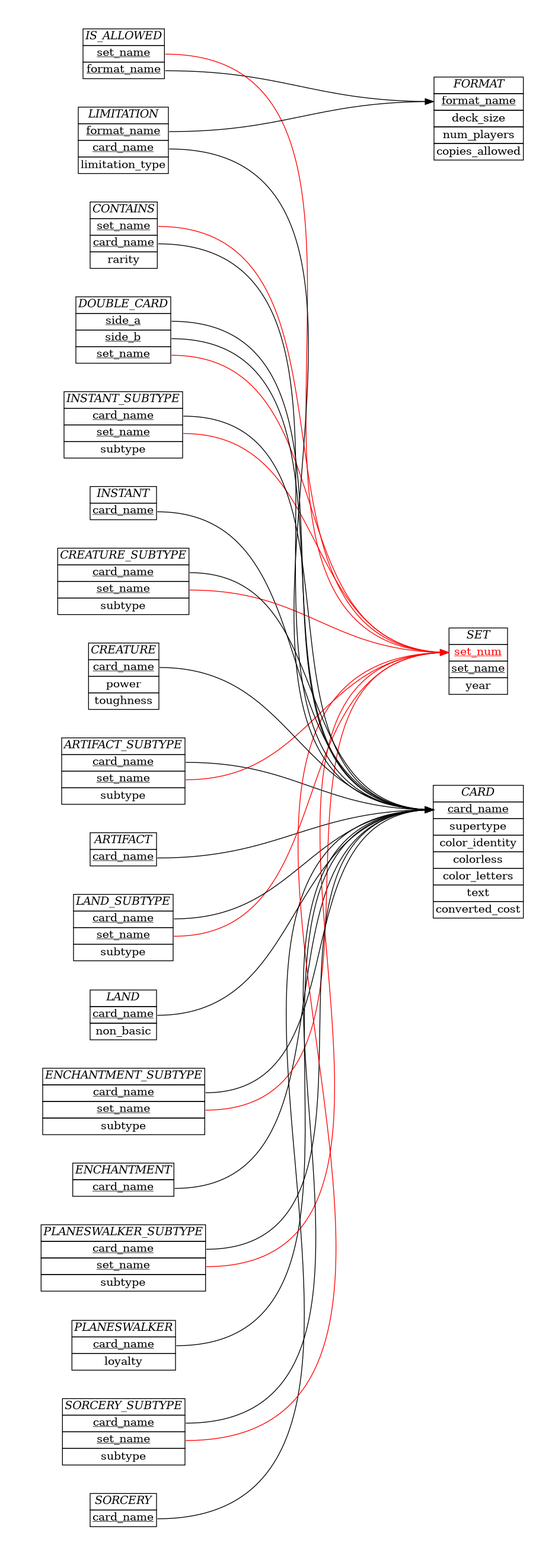
Before: schema/ER_diagram.png, a diagram exported from Graphviz (akilmarshall/trumark). Its source is kept beside it as schema/ER_diagram.dot. The source it was exported from:
```dot
digraph {
    graph [splines=True, pad="0.5", nodesep="0.5", ranksep="4"];
    node [shape=plain];
    rankdir=LR;

    Format [label=<
        <table border="0" cellborder="1" cellspacing="0">
        <tr><td><i>FORMAT</i></td></tr>
        <tr><td port="1"><u>format_name</u></td></tr>
        <tr><td port="2">deck_size</td></tr>
        <tr><td port="3">num_players</td></tr>
        <tr><td port="4">copies_allowed</td></tr>
        </table>>];
    Set [label=<
        <table border="0" cellborder="1" cellspacing="0">
        <tr><td><i>SET</i></td></tr>
        <tr><td port="1"><u><font color="red">set_num</font></u></td></tr>
        <tr><td port="1"><u><font color="black">set_name</font></u></td></tr>
        <tr><td port="2">year</td></tr>
        </table>>];
    Card [label=<
        <table border="0" cellborder="1" cellspacing="0">
        <tr><td><i>CARD</i></td></tr>
        <tr><td port="1"><u><font color="black">card_name</font></u></td></tr>
        <tr><td port="3">supertype</td></tr>
        <tr><td port="4">color_identity</td></tr>
        <tr><td port="5">colorless</td></tr>
        <tr><td port="6">color_letters</td></tr>
        <tr><td port="7">text</td></tr>
        <tr><td port="8">converted_cost</td></tr>

        </table>>];
        subgraph cluster_artifact {
            rank=same;
            style=invis;
            Artifact [label=<
                <table border="0" cellborder="1" cellspacing="0">
                <tr><td><i>ARTIFACT</i></td></tr>
                <tr><td port="1"><u>card_name</u></td></tr>
                </table>>];
            Artifact_subtype [label=<
                <table border="0" cellborder="1" cellspacing="0">
                <tr><td><i>ARTIFACT_SUBTYPE</i></td></tr>
                <tr><td port="1"><u>card_name</u></td></tr>
                <tr><td port="2"><u>set_name</u></td></tr>
                <tr><td port="2">subtype</td></tr>
                </table>>];
        }
        subgraph cluster_land {
            rank=same;
            style=invis;
            Land [label=<
                <table border="0" cellborder="1" cellspacing="0">
                <tr><td><i>LAND</i></td></tr>
                <tr><td port="1"><u>card_name</u></td></tr>
                <tr><td port="2">non_basic</td></tr>
                </table>>];
            Land_subtype [label=<
                <table border="0" cellborder="1" cellspacing="0">
                <tr><td><i>LAND_SUBTYPE</i></td></tr>
                <tr><td port="1"><u>card_name</u></td></tr>
                <tr><td port="2"><u>set_name</u></td></tr>
                <tr><td port="2">subtype</td></tr>
                </table>>];
            }
        subgraph cluster_enchantment {
            rank=same;
            style=invis;
            Enchantment [label=<
                <table border="0" cellborder="1" cellspacing="0">
                <tr><td><i>ENCHANTMENT</i></td></tr>
                <tr><td port="1"><u>card_name</u></td></tr>
                </table>>];
            Enchantment_subtype [label=<
                <table border="0" cellborder="1" cellspacing="0">
                <tr><td><i>ENCHANTMENT_SUBTYPE</i></td></tr>
                <tr><td port="1"><u>card_name</u></td></tr>
                <tr><td port="2"><u>set_name</u></td></tr>
                <tr><td port="2">subtype</td></tr>
                </table>>];
            }
        subgraph cluster_planeswalker {
            rank=same;
            style=invis;
            Planeswalker [label=<
                <table border="0" cellborder="1" cellspacing="0">
                <tr><td><i>PLANESWALKER</i></td></tr>
                <tr><td port="1"><u>card_name</u></td></tr>
                <tr><td port="3">loyalty</td></tr>
                </table>>];
            Planeswalker_subtype [label=<
                <table border="0" cellborder="1" cellspacing="0">
                <tr><td><i>PLANESWALKER_SUBTYPE</i></td></tr>
                <tr><td port="1"><u>card_name</u></td></tr>
                <tr><td port="2"><u>set_name</u></td></tr>
                <tr><td port="2">subtype</td></tr>
                </table>>];
            }
        subgraph cluster_sorcery {
            rank=same;
            style=invis;
            Sorcery [label=<
                <table border="0" cellborder="1" cellspacing="0">
                <tr><td><i>SORCERY</i></td></tr>
                <tr><td port="1"><u>card_name</u></td></tr>
                </table>>];
            Sorcery_subtype [label=<
                <table border="0" cellborder="1" cellspacing="0">
                <tr><td><i>SORCERY_SUBTYPE</i></td></tr>
                <tr><td port="1"><u>card_name</u></td></tr>
                <tr><td port="2"><u>set_name</u></td></tr>
                <tr><td port="2">subtype</td></tr>
                </table>>];
            }
        subgraph cluster_instant {
            rank=same;
            style=invis;
            Instant [label=<
                <table border="0" cellborder="1" cellspacing="0">
                <tr><td><i>INSTANT</i></td></tr>
                <tr><td port="1"><u>card_name</u></td></tr>
                </table>>];
            Instant_subtype [label=<
                <table border="0" cellborder="1" cellspacing="0">
                <tr><td><i>INSTANT_SUBTYPE</i></td></tr>
                <tr><td port="1"><u>card_name</u></td></tr>
                <tr><td port="2"><u>set_name</u></td></tr>
                <tr><td port="2">subtype</td></tr>
                </table>>];
            }
        subgraph cluster_creature {
            rank=same;
            style=invis;
            Creature [label=<
                <table border="0" cellborder="1" cellspacing="0">
                <tr><td><i>CREATURE</i></td></tr>
                <tr><td port="1"><u>card_name</u></td></tr>
                <tr><td port="3">power</td></tr>
                <tr><td port="4">toughness</td></tr>
                </table>>];
            Creature_subtype [label=<
                <table border="0" cellborder="1" cellspacing="0">
                <tr><td><i>CREATURE_SUBTYPE</i></td></tr>
                <tr><td port="1"><u>card_name</u></td></tr>
                <tr><td port="2"><u>set_name</u></td></tr>
                <tr><td port="2">subtype</td></tr>
                </table>>];
            }

    Contains [label=<
        <table border="0" cellborder="1" cellspacing="0">
        <tr><td><i>CONTAINS</i></td></tr>
        <tr><td port="1"><u>set_name</u></td></tr>
        <tr><td port="2"><u>card_name</u></td></tr>
        <tr><td port="3">rarity</td></tr>
        </table>>];
    Is_allowed [label=<
        <table border="0" cellborder="1" cellspacing="0">
        <tr><td><i>IS_ALLOWED</i></td></tr>
        <tr><td port="1"><u>set_name</u></td></tr>
        <tr><td port="2"><u>format_name</u></td></tr>
        </table>>];
    Double_card [label=<
        <table border="0" cellborder="1" cellspacing="0">
        <tr><td><i>DOUBLE_CARD</i></td></tr>
        <tr><td port="1"><u>side_a</u></td></tr>
        <tr><td port="2"><u>side_b</u></td></tr>
        <tr><td port="3"><u>set_name</u></td></tr>
        </table>>];
    Limitation [label=< <table border="0" cellborder="1" cellspacing="0">
    <tr><td><i>LIMITATION</i></td></tr>
    <tr><td port="1"><u>format_name</u></td></tr>
    <tr><td port="2"><u>card_name</u></td></tr>
    <tr><td port="3">limitation_type</td></tr>
    </table>>];

    Contains:1 -> Set:1 [color=red];
    Contains:2 -> Card:1;

    Is_allowed:1 -> Set:1 [color=red];
    Is_allowed:2 -> Format:1;

    Limitation:1 -> Format:1;
    Limitation:2 -> Card:1;

    Double_card:1 -> Card:1;
    Double_card:2 -> Card:1;

    Artifact:1 -> Card:1;
    Artifact_subtype:1 -> Card:1;
    Artifact_subtype:2 -> Set:1 [color=red];

    Creature:1 -> Card:1;
    Creature_subtype:1 -> Card:1
    Creature_subtype:2 -> Set:1 [color=red];

    Land:1 -> Card:1;
    Land_subtype:1 -> Card:1;
    Land_subtype:2 -> Set:1 [color=red];

    Enchantment:1 -> Card:1;
    Enchantment_subtype:1 -> Card:1;
    Enchantment_subtype:2 -> Set:1 [color=red];

    Planeswalker:1 -> Card:1;
    Planeswalker_subtype:1 -> Card:1;
    Planeswalker_subtype:2 -> Set:1 [color=red];

    Sorcery:1 -> Card:1;
    Sorcery_subtype:1 -> Card:1;
    Sorcery_subtype:2 -> Set:1 [color=red];

    Instant:1 -> Card:1;
    Instant_subtype:1 -> Card:1;
    Instant_subtype:2 -> Set:1 [color=red];

    Double_card:3 -> Set:1 [color=red];
}
```
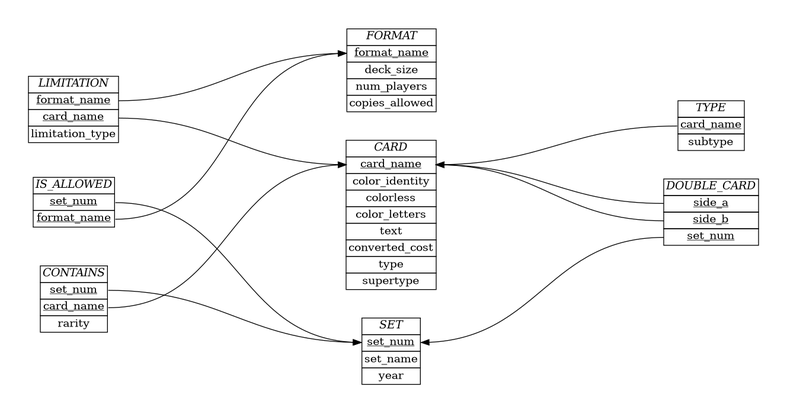
The same file after the commit.

Commit message:
updated the schema diagram

The edit, as a diff of the source:
```diff
@@ -11,162 +11,62 @@
         <tr><td port="3">num_players</td></tr>
         <tr><td port="4">copies_allowed</td></tr>
         </table>>];
+
     Set [label=<
         <table border="0" cellborder="1" cellspacing="0">
         <tr><td><i>SET</i></td></tr>
-        <tr><td port="1"><u><font color="red">set_num</font></u></td></tr>
-        <tr><td port="1"><u><font color="black">set_name</font></u></td></tr>
+        <tr><td port="1"><u><font color="black">set_num</font></u></td></tr>
+        <tr><td port="1"><font color="black">set_name</font></td></tr>
         <tr><td port="2">year</td></tr>
         </table>>];
+
     Card [label=<
         <table border="0" cellborder="1" cellspacing="0">
         <tr><td><i>CARD</i></td></tr>
         <tr><td port="1"><u><font color="black">card_name</font></u></td></tr>
-        <tr><td port="3">supertype</td></tr>
-        <tr><td port="4">color_identity</td></tr>
-        <tr><td port="5">colorless</td></tr>
-        <tr><td port="6">color_letters</td></tr>
-        <tr><td port="7">text</td></tr>
-        <tr><td port="8">converted_cost</td></tr>
+        <tr><td port="6">color_identity</td></tr>
+        <tr><td port="7">colorless</td></tr>
+        <tr><td port="8">color_letters</td></tr>
+        <tr><td port="9">text</td></tr>
+        <tr><td port="10">converted_cost</td></tr>
+        </table>>];
 
+    Card [label=<
+        <table border="0" cellborder="1" cellspacing="0">
+        <tr><td><i>CARD</i></td></tr>
+        <tr><td port="1"><u><font color="black">card_name</font></u></td></tr>
+        <tr><td port="2">color_identity</td></tr>
+        <tr><td port="3">colorless</td></tr>
+        <tr><td port="4">color_letters</td></tr>
+        <tr><td port="5">text</td></tr>
+        <tr><td port="6">converted_cost</td></tr>
+        <tr><td port="7">type</td></tr>
+        <tr><td port="8">supertype</td></tr>
         </table>>];
-        subgraph cluster_artifact {
-            rank=same;
-            style=invis;
-            Artifact [label=<
-                <table border="0" cellborder="1" cellspacing="0">
-                <tr><td><i>ARTIFACT</i></td></tr>
-                <tr><td port="1"><u>card_name</u></td></tr>
-                </table>>];
-            Artifact_subtype [label=<
-                <table border="0" cellborder="1" cellspacing="0">
-                <tr><td><i>ARTIFACT_SUBTYPE</i></td></tr>
-                <tr><td port="1"><u>card_name</u></td></tr>
-                <tr><td port="2"><u>set_name</u></td></tr>
-                <tr><td port="2">subtype</td></tr>
-                </table>>];
-        }
-        subgraph cluster_land {
-            rank=same;
-            style=invis;
-            Land [label=<
-                <table border="0" cellborder="1" cellspacing="0">
-                <tr><td><i>LAND</i></td></tr>
-                <tr><td port="1"><u>card_name</u></td></tr>
-                <tr><td port="2">non_basic</td></tr>
-                </table>>];
-            Land_subtype [label=<
-                <table border="0" cellborder="1" cellspacing="0">
-                <tr><td><i>LAND_SUBTYPE</i></td></tr>
-                <tr><td port="1"><u>card_name</u></td></tr>
-                <tr><td port="2"><u>set_name</u></td></tr>
-                <tr><td port="2">subtype</td></tr>
-                </table>>];
-            }
-        subgraph cluster_enchantment {
-            rank=same;
-            style=invis;
-            Enchantment [label=<
-                <table border="0" cellborder="1" cellspacing="0">
-                <tr><td><i>ENCHANTMENT</i></td></tr>
-                <tr><td port="1"><u>card_name</u></td></tr>
-                </table>>];
-            Enchantment_subtype [label=<
-                <table border="0" cellborder="1" cellspacing="0">
-                <tr><td><i>ENCHANTMENT_SUBTYPE</i></td></tr>
-                <tr><td port="1"><u>card_name</u></td></tr>
-                <tr><td port="2"><u>set_name</u></td></tr>
-                <tr><td port="2">subtype</td></tr>
-                </table>>];
-            }
-        subgraph cluster_planeswalker {
-            rank=same;
-            style=invis;
-            Planeswalker [label=<
-                <table border="0" cellborder="1" cellspacing="0">
-                <tr><td><i>PLANESWALKER</i></td></tr>
-                <tr><td port="1"><u>card_name</u></td></tr>
-                <tr><td port="3">loyalty</td></tr>
-                </table>>];
-            Planeswalker_subtype [label=<
-                <table border="0" cellborder="1" cellspacing="0">
-                <tr><td><i>PLANESWALKER_SUBTYPE</i></td></tr>
-                <tr><td port="1"><u>card_name</u></td></tr>
-                <tr><td port="2"><u>set_name</u></td></tr>
-                <tr><td port="2">subtype</td></tr>
-                </table>>];
-            }
-        subgraph cluster_sorcery {
-            rank=same;
-            style=invis;
-            Sorcery [label=<
-                <table border="0" cellborder="1" cellspacing="0">
-                <tr><td><i>SORCERY</i></td></tr>
-                <tr><td port="1"><u>card_name</u></td></tr>
-                </table>>];
-            Sorcery_subtype [label=<
-                <table border="0" cellborder="1" cellspacing="0">
-                <tr><td><i>SORCERY_SUBTYPE</i></td></tr>
-                <tr><td port="1"><u>card_name</u></td></tr>
-                <tr><td port="2"><u>set_name</u></td></tr>
-                <tr><td port="2">subtype</td></tr>
-                </table>>];
-            }
-        subgraph cluster_instant {
-            rank=same;
-            style=invis;
-            Instant [label=<
-                <table border="0" cellborder="1" cellspacing="0">
-                <tr><td><i>INSTANT</i></td></tr>
-                <tr><td port="1"><u>card_name</u></td></tr>
-                </table>>];
-            Instant_subtype [label=<
-                <table border="0" cellborder="1" cellspacing="0">
-                <tr><td><i>INSTANT_SUBTYPE</i></td></tr>
-                <tr><td port="1"><u>card_name</u></td></tr>
-                <tr><td port="2"><u>set_name</u></td></tr>
-                <tr><td port="2">subtype</td></tr>
-                </table>>];
-            }
-        subgraph cluster_creature {
-            rank=same;
-            style=invis;
-            Creature [label=<
-                <table border="0" cellborder="1" cellspacing="0">
-                <tr><td><i>CREATURE</i></td></tr>
-                <tr><td port="1"><u>card_name</u></td></tr>
-                <tr><td port="3">power</td></tr>
-                <tr><td port="4">toughness</td></tr>
-                </table>>];
-            Creature_subtype [label=<
-                <table border="0" cellborder="1" cellspacing="0">
-                <tr><td><i>CREATURE_SUBTYPE</i></td></tr>
-                <tr><td port="1"><u>card_name</u></td></tr>
-                <tr><td port="2"><u>set_name</u></td></tr>
-                <tr><td port="2">subtype</td></tr>
-                </table>>];
-            }
 
     Contains [label=<
         <table border="0" cellborder="1" cellspacing="0">
         <tr><td><i>CONTAINS</i></td></tr>
-        <tr><td port="1"><u>set_name</u></td></tr>
+        <tr><td port="1"><u>set_num</u></td></tr>
         <tr><td port="2"><u>card_name</u></td></tr>
         <tr><td port="3">rarity</td></tr>
         </table>>];
+
     Is_allowed [label=<
         <table border="0" cellborder="1" cellspacing="0">
         <tr><td><i>IS_ALLOWED</i></td></tr>
-        <tr><td port="1"><u>set_name</u></td></tr>
+        <tr><td port="1"><u>set_num</u></td></tr>
         <tr><td port="2"><u>format_name</u></td></tr>
         </table>>];
+
     Double_card [label=<
         <table border="0" cellborder="1" cellspacing="0">
         <tr><td><i>DOUBLE_CARD</i></td></tr>
         <tr><td port="1"><u>side_a</u></td></tr>
         <tr><td port="2"><u>side_b</u></td></tr>
-        <tr><td port="3"><u>set_name</u></td></tr>
+        <tr><td port="3"><u>set_num</u></td></tr>
         </table>>];
+
     Limitation [label=< <table border="0" cellborder="1" cellspacing="0">
     <tr><td><i>LIMITATION</i></td></tr>
     <tr><td port="1"><u>format_name</u></td></tr>
@@ -174,45 +74,27 @@
     <tr><td port="3">limitation_type</td></tr>
     </table>>];
 
-    Contains:1 -> Set:1 [color=red];
+    Subtype [label=<
+        <table border="0" cellborder="1" cellspacing="0">
+        <tr><td><i>TYPE</i></td></tr>
+        <tr><td port="1"><u>card_name</u></td></tr>
+        <tr><td port="2">subtype</td></tr>
+        </table>>];
+
+    Is_allowed:1 -> Set:1 [color=black];
+    Is_allowed:2 -> Format:1;
+
+    Contains:1 -> Set:1 [color=black];
     Contains:2 -> Card:1;
-
-    Is_allowed:1 -> Set:1 [color=red];
-    Is_allowed:2 -> Format:1;
 
     Limitation:1 -> Format:1;
     Limitation:2 -> Card:1;
 
-    Double_card:1 -> Card:1;
-    Double_card:2 -> Card:1;
+    edge [dir="back"];
 
-    Artifact:1 -> Card:1;
-    Artifact_subtype:1 -> Card:1;
-    Artifact_subtype:2 -> Set:1 [color=red];
+    Card:1 -> Subtype:1 ;
 
-    Creature:1 -> Card:1;
-    Creature_subtype:1 -> Card:1
-    Creature_subtype:2 -> Set:1 [color=red];
-
-    Land:1 -> Card:1;
-    Land_subtype:1 -> Card:1;
-    Land_subtype:2 -> Set:1 [color=red];
-
-    Enchantment:1 -> Card:1;
-    Enchantment_subtype:1 -> Card:1;
-    Enchantment_subtype:2 -> Set:1 [color=red];
-
-    Planeswalker:1 -> Card:1;
-    Planeswalker_subtype:1 -> Card:1;
-    Planeswalker_subtype:2 -> Set:1 [color=red];
-
-    Sorcery:1 -> Card:1;
-    Sorcery_subtype:1 -> Card:1;
-    Sorcery_subtype:2 -> Set:1 [color=red];
-
-    Instant:1 -> Card:1;
-    Instant_subtype:1 -> Card:1;
-    Instant_subtype:2 -> Set:1 [color=red];
-
-    Double_card:3 -> Set:1 [color=red];
+    Card:1 -> Double_card:1;
+    Card:1 -> Double_card:2;
+    Set:1 -> Double_card:3;
 }
```
